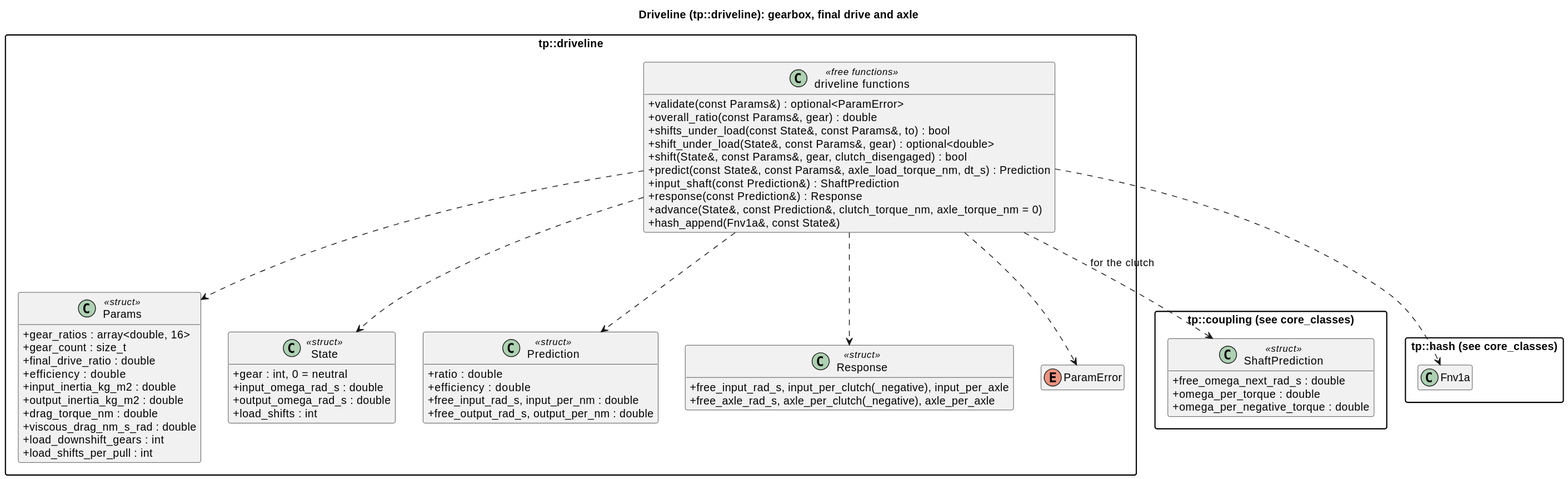
This is docs/diagrams/svg/driveline_classes.svg from wversteeg/TractorPulling, a PlantUML export, as it was before one commit.
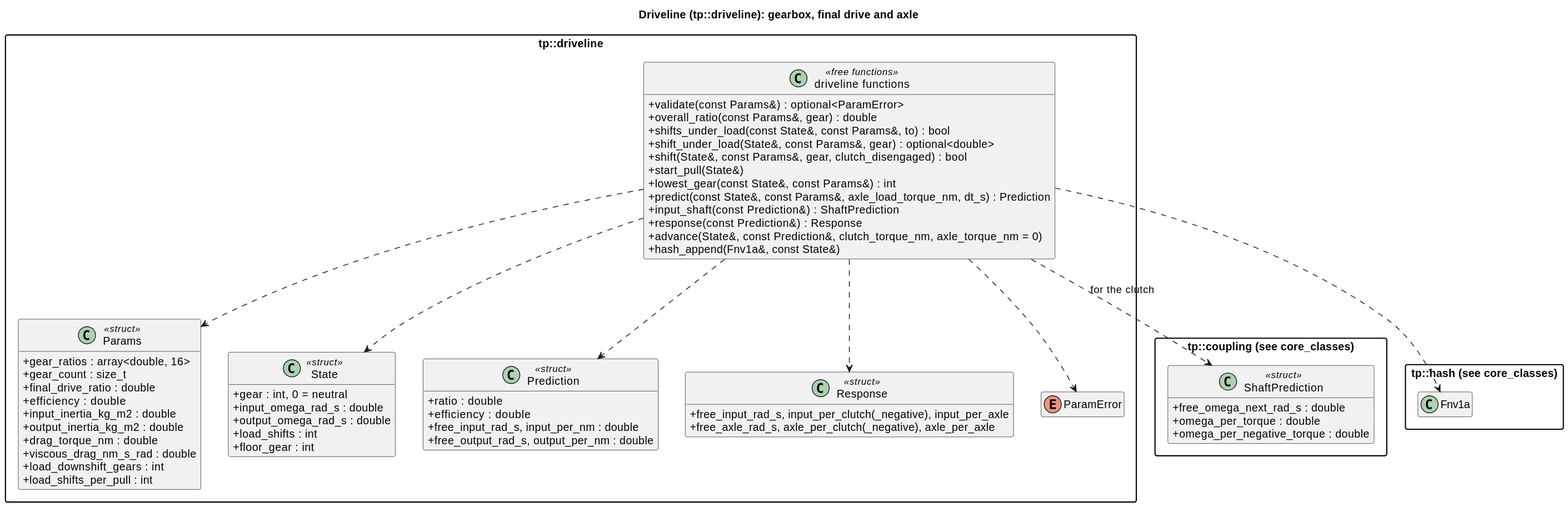
The same file after the commit.

What changed in the source:
```diff
@@ -33,6 +33,7 @@
     +input_omega_rad_s : double
     +output_omega_rad_s : double
     +load_shifts : int
+    +floor_gear : int
   }
   class Prediction <<struct>> {
     +ratio : double
@@ -51,6 +52,8 @@
     +shifts_under_load(const State&, const Params&, to) : bool
     +shift_under_load(State&, const Params&, gear) : optional<double>
     +shift(State&, const Params&, gear, clutch_disengaged) : bool
+    +start_pull(State&)
+    +lowest_gear(const State&, const Params&) : int
     +predict(const State&, const Params&, axle_load_torque_nm, dt_s) : Prediction
     +input_shaft(const Prediction&) : ShaftPrediction
     +response(const Prediction&) : Response
```
